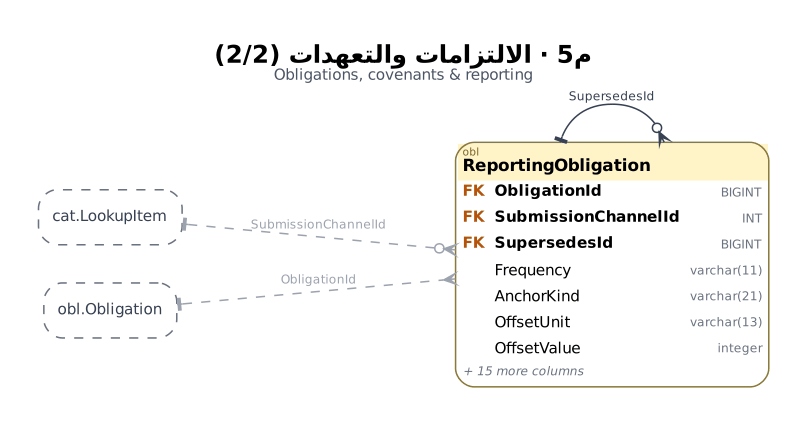
This is treasury-platform/docs/diagrams/pro/m5_obligations_2.png from thawrasy/smartlines, a Graphviz export, as it was before one commit. Its source is kept beside it as treasury-platform/docs/diagrams/pro/src/m5_obligations_2.dot.
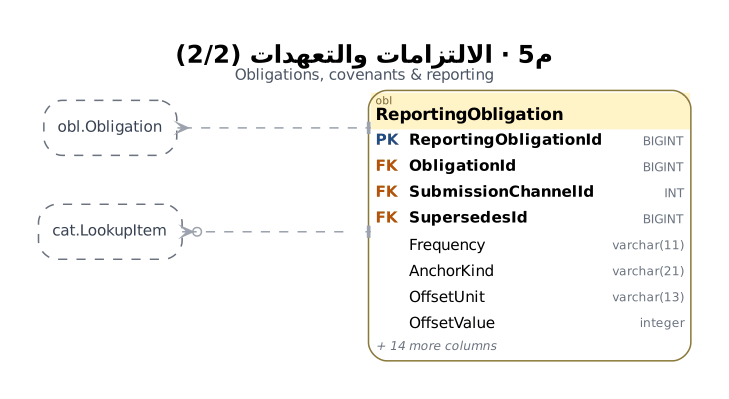
After the commit.

Diff of the diagram source:
```diff
@@ -1,11 +1,10 @@
 digraph G {
-  graph [fontname="DejaVu Sans", label=<<B><FONT POINT-SIZE="16">م5 · الالتزامات والتعهدات (2/2)</FONT></B><BR/><FONT POINT-SIZE="10" COLOR="#4B5563">Obligations, covenants &amp; reporting</FONT>>, labelloc=t, rankdir=LR, splines=true, nodesep=0.35, ranksep=1.25, pad=0.35, bgcolor="white", dpi=110];
+  graph [fontname="DejaVu Sans", label=<<B><FONT POINT-SIZE="16">م5 · الالتزامات والتعهدات (2/2)</FONT></B><BR/><FONT POINT-SIZE="10" COLOR="#4B5563">Obligations, covenants &amp; reporting</FONT>>, labelloc=t, rankdir=LR, splines=ortho, nodesep=0.45, ranksep=1.7, pad=0.35, bgcolor="white", dpi=110];
   node [fontname="DejaVu Sans", fontsize=10];
   edge [fontname="DejaVu Sans", fontsize=8, color="#374151", arrowsize=0.75];
-  "obl.ReportingObligation" [shape=plain, label=<<TABLE BORDER="1" COLOR="#8A7A3A" CELLBORDER="0" CELLSPACING="0" CELLPADDING="3" STYLE="rounded" BGCOLOR="white"><TR><TD COLSPAN="3" BGCOLOR="#FFF4C7" ALIGN="LEFT"><FONT POINT-SIZE="7" COLOR="#7A6A2E">obl</FONT><BR ALIGN="LEFT"/><FONT POINT-SIZE="11"><B>ReportingObligation</B></FONT></TD></TR><TR><TD ALIGN="LEFT"><FONT COLOR="#B45309"><B>FK</B></FONT></TD><TD ALIGN="LEFT"><B>ObligationId</B></TD><TD ALIGN="RIGHT"><FONT COLOR="#6B7280" POINT-SIZE="8">BIGINT</FONT></TD></TR><TR><TD ALIGN="LEFT"><FONT COLOR="#B45309"><B>FK</B></FONT></TD><TD ALIGN="LEFT"><B>SubmissionChannelId</B></TD><TD ALIGN="RIGHT"><FONT COLOR="#6B7280" POINT-SIZE="8">INT</FONT></TD></TR><TR><TD ALIGN="LEFT"><FONT COLOR="#B45309"><B>FK</B></FONT></TD><TD ALIGN="LEFT"><B>SupersedesId</B></TD><TD ALIGN="RIGHT"><FONT COLOR="#6B7280" POINT-SIZE="8">BIGINT</FONT></TD></TR><TR><TD ALIGN="LEFT"></TD><TD ALIGN="LEFT">Frequency</TD><TD ALIGN="RIGHT"><FONT COLOR="#6B7280" POINT-SIZE="8">varchar(11)</FONT></TD></TR><TR><TD ALIGN="LEFT"></TD><TD ALIGN="LEFT">AnchorKind</TD><TD ALIGN="RIGHT"><FONT COLOR="#6B7280" POINT-SIZE="8">varchar(21)</FONT></TD></TR><TR><TD ALIGN="LEFT"></TD><TD ALIGN="LEFT">OffsetUnit</TD><TD ALIGN="RIGHT"><FONT COLOR="#6B7280" POINT-SIZE="8">varchar(13)</FONT></TD></TR><TR><TD ALIGN="LEFT"></TD><TD ALIGN="LEFT">OffsetValue</TD><TD ALIGN="RIGHT"><FONT COLOR="#6B7280" POINT-SIZE="8">integer</FONT></TD></TR><TR><TD COLSPAN="3" ALIGN="LEFT"><FONT POINT-SIZE="8" COLOR="#6B7280"><I>+ 15 more columns</I></FONT></TD></TR></TABLE>>];
+  "obl.ReportingObligation" [shape=plain, label=<<TABLE BORDER="1" COLOR="#8A7A3A" CELLBORDER="0" CELLSPACING="0" CELLPADDING="3" STYLE="rounded" BGCOLOR="white"><TR><TD COLSPAN="3" BGCOLOR="#FFF4C7" ALIGN="LEFT"><FONT POINT-SIZE="7" COLOR="#7A6A2E">obl</FONT><BR ALIGN="LEFT"/><FONT POINT-SIZE="11"><B>ReportingObligation</B></FONT></TD></TR><TR><TD ALIGN="LEFT" PORT="ReportingObligationId"><FONT COLOR="#1D4E89"><B>PK</B></FONT></TD><TD ALIGN="LEFT" PORT="ReportingObligationId"><B>ReportingObligationId</B></TD><TD ALIGN="RIGHT" PORT="ReportingObligationId"><FONT COLOR="#6B7280" POINT-SIZE="8">BIGINT</FONT></TD></TR><TR><TD ALIGN="LEFT" PORT="ObligationId"><FONT COLOR="#B45309"><B>FK</B></FONT></TD><TD ALIGN="LEFT" PORT="ObligationId"><B>ObligationId</B></TD><TD ALIGN="RIGHT" PORT="ObligationId"><FONT COLOR="#6B7280" POINT-SIZE="8">BIGINT</FONT></TD></TR><TR><TD ALIGN="LEFT" PORT="SubmissionChannelId"><FONT COLOR="#B45309"><B>FK</B></FONT></TD><TD ALIGN="LEFT" PORT="SubmissionChannelId"><B>SubmissionChannelId</B></TD><TD ALIGN="RIGHT" PORT="SubmissionChannelId"><FONT COLOR="#6B7280" POINT-SIZE="8">INT</FONT></TD></TR><TR><TD ALIGN="LEFT" PORT="SupersedesId"><FONT COLOR="#B45309"><B>FK</B></FONT></TD><TD ALIGN="LEFT" PORT="SupersedesId"><B>SupersedesId</B></TD><TD ALIGN="RIGHT" PORT="SupersedesId"><FONT COLOR="#6B7280" POINT-SIZE="8">BIGINT</FONT></TD></TR><TR><TD ALIGN="LEFT"></TD><TD ALIGN="LEFT">Frequency</TD><TD ALIGN="RIGHT"><FONT COLOR="#6B7280" POINT-SIZE="8">varchar(11)</FONT></TD></TR><TR><TD ALIGN="LEFT"></TD><TD ALIGN="LEFT">AnchorKind</TD><TD ALIGN="RIGHT"><FONT COLOR="#6B7280" POINT-SIZE="8">varchar(21)</FONT></TD></TR><TR><TD ALIGN="LEFT"></TD><TD ALIGN="LEFT">OffsetUnit</TD><TD ALIGN="RIGHT"><FONT COLOR="#6B7280" POINT-SIZE="8">varchar(13)</FONT></TD></TR><TR><TD ALIGN="LEFT"></TD><TD ALIGN="LEFT">OffsetValue</TD><TD ALIGN="RIGHT"><FONT COLOR="#6B7280" POINT-SIZE="8">integer</FONT></TD></TR><TR><TD COLSPAN="3" ALIGN="LEFT"><FONT POINT-SIZE="8" COLOR="#6B7280"><I>+ 14 more columns</I></FONT></TD></TR></TABLE>>];
   "cat.LookupItem" [shape=box, style="rounded,dashed", color="#6B7280", fontcolor="#374151", margin="0.12,0.05", label="cat.LookupItem"];
   "obl.Obligation" [shape=box, style="rounded,dashed", color="#6B7280", fontcolor="#374151", margin="0.12,0.05", label="obl.Obligation"];
-  "cat.LookupItem" -> "obl.ReportingObligation" [dir=both, arrowtail=tee, arrowhead=crowodot, style=dashed, color="#9CA3AF", fontcolor="#9CA3AF", label="SubmissionChannelId"];
-  "obl.Obligation" -> "obl.ReportingObligation" [dir=both, arrowtail=tee, arrowhead=crow, style=dashed, color="#9CA3AF", fontcolor="#9CA3AF", label="ObligationId"];
-  "obl.ReportingObligation" -> "obl.ReportingObligation" [dir=both, arrowtail=tee, arrowhead=crowodot, style=solid, color="#374151", fontcolor="#374151", label="SupersedesId"];
+  "obl.Obligation" -> "obl.ReportingObligation":"ObligationId":w [dir=both, arrowtail=tee, arrowhead=crow, style=dashed, color="#9CA3AF", arrowsize=0.7];
+  "cat.LookupItem" -> "obl.ReportingObligation":"SubmissionChannelId":w [dir=both, arrowtail=tee, arrowhead=crowodot, style=dashed, color="#9CA3AF", arrowsize=0.7];
 }
```
